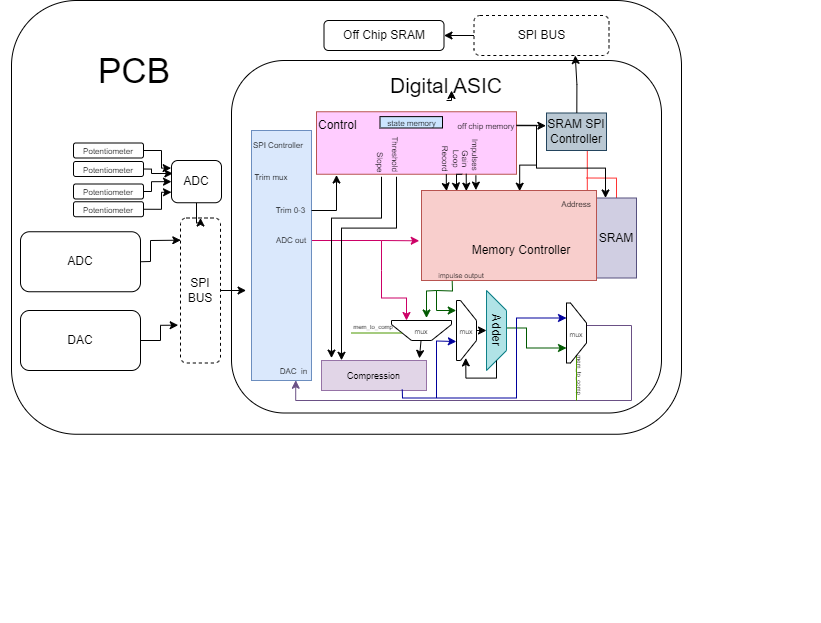
Before: docs/images/TopLevelDiagram.png, a diagram exported from draw.io (sdmay24-21/ASIC-GuitarPedal). Source tidied: cells renumbered, new cells last; positions are measured from the earlier drawing's top-left corner, leaving out a move shared by most shapes.
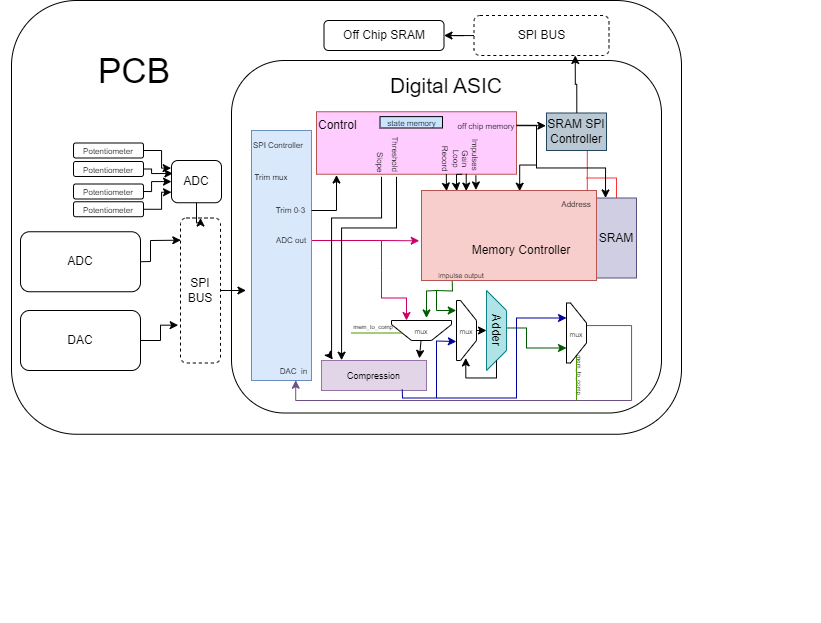
After the commit.

The edit, as a diff of the source:
```diff
@@ -416,9 +416,6 @@
     <mxCell id="88" value="Digital ASIC" style="text;html=1;strokeColor=none;fillColor=none;align=center;verticalAlign=middle;whiteSpace=wrap;rounded=0;strokeWidth=0;fontSize=21;" parent="1" vertex="1">
       <mxGeometry x="349.1" y="70" width="193.8" height="30" as="geometry" />
     </mxCell>
-    <mxCell id="89" style="edgeStyle=orthogonalEdgeStyle;rounded=0;orthogonalLoop=1;jettySize=auto;html=1;exitX=0.5;exitY=1;exitDx=0;exitDy=0;entryX=0.526;entryY=0.667;entryDx=0;entryDy=0;entryPerimeter=0;" parent="1" edge="1" source="88" target="88">
-      <mxGeometry relative="1" as="geometry" />
-    </mxCell>
     <mxCell id="90" value="&lt;font style=&quot;font-size: 35px;&quot;&gt;PCB&lt;/font&gt;" style="text;html=1;strokeColor=none;fillColor=none;align=center;verticalAlign=middle;whiteSpace=wrap;rounded=0;strokeWidth=0;fontSize=21;" parent="1" vertex="1">
       <mxGeometry x="37.2" y="55" width="193.8" height="30" as="geometry" />
     </mxCell>
```
